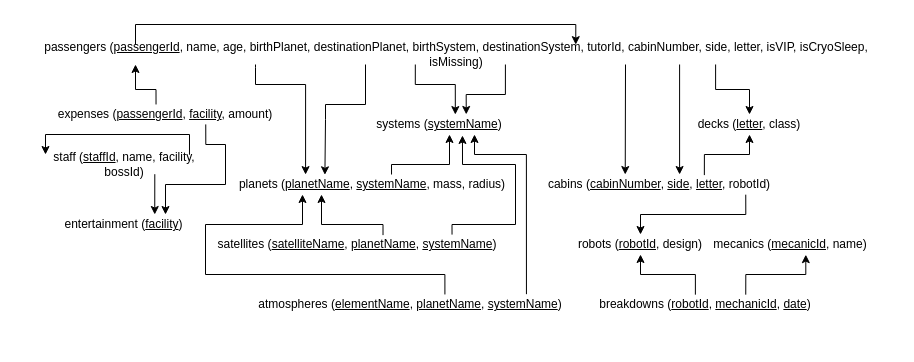
Before: docs/tables-schema.drawio in javierdesant/Titanic-DB-Rescue, a draw.io diagram. Source tidied: cells renumbered, new cells numbered last; positions are measured from the earlier drawing's top-left corner, leaving out a move shared by most shapes. Both pictures are drawn from the tidied source at 100%, with x=0, y=0 at pixel (27, 24).
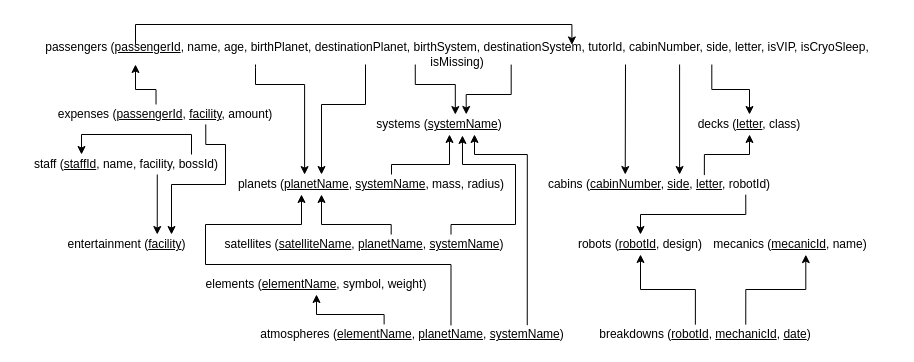
The same page after the edit.

Commit message (it also covers changes not shown here):
fix: add missing elements table in schema

Diff of the diagram source:
```diff
@@
-    <mxCell id="2" style="group;" parent="1" vertex="1">
-      <mxGeometry width="858" height="290" as="geometry" />
-    </mxCell>
-    <mxCell id="3" value="robots (&lt;u&gt;robotId&lt;/u&gt;, design)" style="text;html=1;align=center;verticalAlign=middle;whiteSpace=wrap;rounded=0;" parent="2" vertex="1">
+    <mxCell id="3" value="robots (&lt;u&gt;robotId&lt;/u&gt;, design)" style="text;html=1;align=center;verticalAlign=middle;whiteSpace=wrap;rounded=0;" parent="1" vertex="1">
       <mxGeometry x="548" y="210" width="130" height="20" as="geometry" />
     </mxCell>
-    <mxCell id="4" style="edgeStyle=orthogonalEdgeStyle;rounded=0;orthogonalLoop=1;jettySize=auto;html=1;exitX=0.755;exitY=0.998;exitDx=0;exitDy=0;entryX=0.57;entryY=0.002;entryDx=0;entryDy=0;entryPerimeter=0;exitPerimeter=0;" parent="2" edge="1">
+    <mxCell id="4" style="edgeStyle=orthogonalEdgeStyle;rounded=0;orthogonalLoop=1;jettySize=auto;html=1;exitX=0.755;exitY=0.998;exitDx=0;exitDy=0;entryX=0.57;entryY=0.002;entryDx=0;entryDy=0;entryPerimeter=0;exitPerimeter=0;" parent="1" edge="1">
       <mxGeometry relative="1" as="geometry">
         <mxPoint x="651.8" y="40" as="sourcePoint" />
         <mxPoint x="652.1" y="150" as="targetPoint" />
         <Array as="points">
           <mxPoint x="652" y="150" />
         </Array>
       </mxGeometry>
     </mxCell>
-    <mxCell id="5" style="edgeStyle=orthogonalEdgeStyle;rounded=0;jettySize=auto;html=1;exitX=0.802;exitY=0.999;exitDx=0;exitDy=0;entryX=0.5;entryY=0;entryDx=0;entryDy=0;exitPerimeter=0;" parent="2" edge="1" source="9" target="13">
+    <mxCell id="5" style="edgeStyle=orthogonalEdgeStyle;rounded=0;jettySize=auto;html=1;exitX=0.789;exitY=1.002;exitDx=0;exitDy=0;entryX=0.5;entryY=0;entryDx=0;entryDy=0;exitPerimeter=0;" parent="1" edge="1" source="9" target="13">
       <mxGeometry relative="1" as="geometry">
         <Array as="points">
-          <mxPoint x="688" y="65" />
+          <mxPoint x="684" y="65" />
           <mxPoint x="722" y="65" />
         </Array>
       </mxGeometry>
     </mxCell>
-    <mxCell id="6" style="edgeStyle=orthogonalEdgeStyle;rounded=0;jettySize=auto;html=1;entryX=0.261;entryY=0.005;entryDx=0;entryDy=0;entryPerimeter=0;" parent="2" edge="1" target="17">
+    <mxCell id="6" style="edgeStyle=orthogonalEdgeStyle;rounded=0;orthogonalLoop=1;jettySize=auto;html=1;entryX=0.261;entryY=0.005;entryDx=0;entryDy=0;entryPerimeter=0;" parent="1" edge="1">
       <mxGeometry relative="1" as="geometry">
         <mxPoint x="228" y="40" as="sourcePoint" />
+        <mxPoint x="277.1" y="150.1" as="targetPoint" />
         <Array as="points">
           <mxPoint x="228" y="43" />
           <mxPoint x="228" y="60" />
           <mxPoint x="278" y="60" />
         </Array>
       </mxGeometry>
     </mxCell>
-    <mxCell id="7" style="edgeStyle=orthogonalEdgeStyle;rounded=0;jettySize=auto;html=1;exitX=0.452;exitY=1;exitDx=0;exitDy=0;entryX=0.613;entryY=0.003;entryDx=0;entryDy=0;entryPerimeter=0;exitPerimeter=0;" parent="2" edge="1" source="9" target="14">
+    <mxCell id="7" style="edgeStyle=orthogonalEdgeStyle;rounded=0;jettySize=auto;html=1;exitX=0.452;exitY=1;exitDx=0;exitDy=0;entryX=0.613;entryY=0.003;entryDx=0;entryDy=0;entryPerimeter=0;exitPerimeter=0;" parent="1" edge="1" source="9" target="14">
       <mxGeometry relative="1" as="geometry">
         <Array as="points">
           <mxPoint x="388" y="60" />
           <mxPoint x="428" y="60" />
         </Array>
       </mxGeometry>
     </mxCell>
-    <mxCell id="8" style="edgeStyle=orthogonalEdgeStyle;rounded=0;jettySize=auto;html=1;exitX=0.557;exitY=1;exitDx=0;exitDy=0;entryX=0.691;entryY=-0.003;entryDx=0;entryDy=0;exitPerimeter=0;entryPerimeter=0;" parent="2" edge="1" source="9" target="14">
+    <mxCell id="8" style="edgeStyle=orthogonalEdgeStyle;rounded=0;jettySize=auto;html=1;exitX=0.561;exitY=1.004;exitDx=0;exitDy=0;entryX=0.691;entryY=-0.003;entryDx=0;entryDy=0;exitPerimeter=0;entryPerimeter=0;" parent="1" edge="1" source="9" target="14">
       <mxGeometry relative="1" as="geometry">
         <Array as="points">
-          <mxPoint x="478" y="70" />
+          <mxPoint x="484" y="70" />
           <mxPoint x="439" y="70" />
         </Array>
       </mxGeometry>
     </mxCell>
-    <mxCell id="9" value="passengers (&lt;u&gt;passengerId&lt;/u&gt;, name, age, birthPlanet, destinationPlanet, birthSystem, destinationSystem, tutorId, cabinNumber, side, letter, isVIP, isCryoSleep, isMissing)" style="text;html=1;align=center;verticalAlign=middle;whiteSpace=wrap;rounded=0;" parent="2" vertex="1">
-      <mxGeometry y="20" width="858" height="20" as="geometry" />
+    <mxCell id="9" value="passengers (&lt;u&gt;passengerId&lt;/u&gt;, name, age, birthPlanet, destinationPlanet, birthSystem, destinationSystem, tutorId, cabinNumber, side, letter, isVIP, isCryoSleep, isMissing)" style="text;html=1;align=center;verticalAlign=middle;whiteSpace=wrap;rounded=0;" parent="1" vertex="1">
+      <mxGeometry x="-10" y="20" width="880" height="20" as="geometry" />
     </mxCell>
-    <mxCell id="10" style="edgeStyle=orthogonalEdgeStyle;rounded=0;jettySize=auto;html=1;exitX=0.875;exitY=1.008;exitDx=0;exitDy=0;entryX=0.5;entryY=0;entryDx=0;entryDy=0;exitPerimeter=0;" parent="2" edge="1" source="11" target="3">
+    <mxCell id="10" style="edgeStyle=orthogonalEdgeStyle;rounded=0;jettySize=auto;html=1;exitX=0.875;exitY=1.008;exitDx=0;exitDy=0;entryX=0.5;entryY=0;entryDx=0;entryDy=0;exitPerimeter=0;" parent="1" edge="1" source="11" target="3">
       <mxGeometry relative="1" as="geometry" />
     </mxCell>
-    <mxCell id="11" value="cabins (&lt;u&gt;cabinNumber&lt;/u&gt;, &lt;u&gt;side&lt;/u&gt;, &lt;u&gt;letter&lt;/u&gt;, robotId)" style="text;html=1;align=center;verticalAlign=middle;whiteSpace=wrap;rounded=0;" parent="2" vertex="1">
+    <mxCell id="11" value="cabins (&lt;u&gt;cabinNumber&lt;/u&gt;, &lt;u&gt;side&lt;/u&gt;, &lt;u&gt;letter&lt;/u&gt;, robotId)" style="text;html=1;align=center;verticalAlign=middle;whiteSpace=wrap;rounded=0;" parent="1" vertex="1">
       <mxGeometry x="517" y="150" width="230" height="20" as="geometry" />
     </mxCell>
-    <mxCell id="12" style="edgeStyle=orthogonalEdgeStyle;rounded=0;jettySize=auto;html=1;exitX=0.695;exitY=0.03;exitDx=0;exitDy=0;entryX=0.5;entryY=1;entryDx=0;entryDy=0;exitPerimeter=0;" parent="2" edge="1" source="11" target="13">
+    <mxCell id="12" style="edgeStyle=orthogonalEdgeStyle;rounded=0;jettySize=auto;html=1;exitX=0.695;exitY=0.03;exitDx=0;exitDy=0;entryX=0.5;entryY=1;entryDx=0;entryDy=0;exitPerimeter=0;" parent="1" edge="1" source="11" target="13">
       <mxGeometry relative="1" as="geometry">
         <Array as="points">
           <mxPoint x="677" y="130" />
           <mxPoint x="722" y="130" />
         </Array>
       </mxGeometry>
     </mxCell>
-    <mxCell id="13" value="decks (&lt;u&gt;letter&lt;/u&gt;, class)" style="text;html=1;align=center;verticalAlign=middle;whiteSpace=wrap;rounded=0;" parent="2" vertex="1">
+    <mxCell id="13" value="decks (&lt;u&gt;letter&lt;/u&gt;, class)" style="text;html=1;align=center;verticalAlign=middle;whiteSpace=wrap;rounded=0;" parent="1" vertex="1">
       <mxGeometry x="667" y="90" width="110" height="20" as="geometry" />
     </mxCell>
-    <mxCell id="14" value="systems (&lt;u&gt;systemName&lt;/u&gt;)" style="text;html=1;align=center;verticalAlign=middle;whiteSpace=wrap;rounded=0;" parent="2" vertex="1">
+    <mxCell id="14" value="systems (&lt;u&gt;systemName&lt;/u&gt;)" style="text;html=1;align=center;verticalAlign=middle;whiteSpace=wrap;rounded=0;" parent="1" vertex="1">
       <mxGeometry x="342" y="90" width="140" height="20" as="geometry" />
     </mxCell>
-    <mxCell id="15" style="edgeStyle=orthogonalEdgeStyle;rounded=0;jettySize=auto;html=1;exitX=0.568;exitY=0;exitDx=0;exitDy=0;entryX=0.75;entryY=1;entryDx=0;entryDy=0;exitPerimeter=0;" parent="2" edge="1" source="17">
+    <mxCell id="15" style="edgeStyle=orthogonalEdgeStyle;rounded=0;orthogonalLoop=1;jettySize=auto;html=1;entryX=0.75;entryY=1;entryDx=0;entryDy=0;" parent="1" edge="1">
       <mxGeometry relative="1" as="geometry">
+        <mxPoint x="364" y="150" as="sourcePoint" />
         <mxPoint x="422" y="110" as="targetPoint" />
         <Array as="points">
           <mxPoint x="364" y="140" />
           <mxPoint x="422" y="140" />
         </Array>
       </mxGeometry>
     </mxCell>
-    <mxCell id="16" style="edgeStyle=orthogonalEdgeStyle;rounded=0;jettySize=auto;html=1;exitX=0.588;exitY=0.031;exitDx=0;exitDy=0;exitPerimeter=0;" parent="2" edge="1" source="19" target="17">
+    <mxCell id="16" style="edgeStyle=orthogonalEdgeStyle;rounded=0;orthogonalLoop=1;jettySize=auto;html=1;exitX=0.592;exitY=0;exitDx=0;exitDy=0;exitPerimeter=0;" parent="1" edge="1">
       <mxGeometry relative="1" as="geometry">
+        <mxPoint x="363.7" y="210" as="sourcePoint" />
+        <mxPoint x="294" y="170" as="targetPoint" />
         <Array as="points">
-          <mxPoint x="356" y="200" />
+          <mxPoint x="364" y="200" />
           <mxPoint x="294" y="200" />
         </Array>
       </mxGeometry>
     </mxCell>
-    <mxCell id="17" value="planets (&lt;u&gt;planetName&lt;/u&gt;, &lt;u&gt;systemName&lt;/u&gt;, mass, radius)" style="text;html=1;align=center;verticalAlign=middle;whiteSpace=wrap;rounded=0;" parent="2" vertex="1">
-      <mxGeometry x="205" y="150" width="280" height="20" as="geometry" />
-    </mxCell>
-    <mxCell id="18" style="edgeStyle=orthogonalEdgeStyle;rounded=0;jettySize=auto;html=1;exitX=0.826;exitY=0.005;exitDx=0;exitDy=0;entryX=0.664;entryY=1.048;entryDx=0;entryDy=0;exitPerimeter=0;entryPerimeter=0;" parent="2" edge="1" source="19" target="14">
+    <mxCell id="18" style="edgeStyle=orthogonalEdgeStyle;rounded=0;jettySize=auto;html=1;exitX=0.826;exitY=0.005;exitDx=0;exitDy=0;entryX=0.664;entryY=1.048;entryDx=0;entryDy=0;exitPerimeter=0;entryPerimeter=0;" parent="1" edge="1" target="14">
       <mxGeometry relative="1" as="geometry">
+        <mxPoint x="423.5" y="210.1" as="sourcePoint" />
         <Array as="points">
           <mxPoint x="424" y="200" />
           <mxPoint x="488" y="200" />
           <mxPoint x="488" y="140" />
           <mxPoint x="435" y="140" />
         </Array>
       </mxGeometry>
     </mxCell>
-    <mxCell id="19" value="satellites (&lt;u&gt;satelliteName&lt;/u&gt;, &lt;u&gt;planetName&lt;/u&gt;, &lt;u&gt;systemName&lt;/u&gt;)" style="text;html=1;align=center;verticalAlign=middle;whiteSpace=wrap;rounded=0;" parent="2" vertex="1">
-      <mxGeometry x="185" y="210" width="290" height="20" as="geometry" />
-    </mxCell>
-    <mxCell id="20" style="edgeStyle=orthogonalEdgeStyle;rounded=0;jettySize=auto;html=1;exitX=0.611;exitY=-0.002;exitDx=0;exitDy=0;entryX=0.25;entryY=1;entryDx=0;entryDy=0;exitPerimeter=0;" parent="2" edge="1" source="22" target="17">
+    <mxCell id="20" style="edgeStyle=orthogonalEdgeStyle;rounded=0;jettySize=auto;html=1;exitX=0.618;exitY=0.045;exitDx=0;exitDy=0;entryX=0.25;entryY=1;entryDx=0;entryDy=0;exitPerimeter=0;" parent="1" edge="1" source="22">
       <mxGeometry relative="1" as="geometry">
+        <mxPoint x="274" y="170" as="targetPoint" />
         <Array as="points">
-          <mxPoint x="417" y="250" />
-          <mxPoint x="178" y="250" />
+          <mxPoint x="424" y="240" />
+          <mxPoint x="178" y="240" />
           <mxPoint x="178" y="200" />
-          <mxPoint x="275" y="200" />
+          <mxPoint x="274" y="200" />
         </Array>
       </mxGeometry>
     </mxCell>
-    <mxCell id="21" style="edgeStyle=orthogonalEdgeStyle;rounded=0;jettySize=auto;html=1;exitX=0.874;exitY=-0.017;exitDx=0;exitDy=0;entryX=0.75;entryY=1;entryDx=0;entryDy=0;exitPerimeter=0;" parent="2" edge="1" source="22" target="14">
+    <mxCell id="21" style="edgeStyle=orthogonalEdgeStyle;rounded=0;jettySize=auto;html=1;exitX=0.852;exitY=0.036;exitDx=0;exitDy=0;entryX=0.75;entryY=1;entryDx=0;entryDy=0;exitPerimeter=0;" parent="1" edge="1" source="22" target="14">
       <mxGeometry relative="1" as="geometry">
         <Array as="points">
-          <mxPoint x="499" y="130" />
+          <mxPoint x="500" y="130" />
           <mxPoint x="447" y="130" />
         </Array>
       </mxGeometry>
     </mxCell>
-    <mxCell id="22" value="atmospheres (&lt;u&gt;elementName&lt;/u&gt;, &lt;u&gt;planetName&lt;/u&gt;, &lt;u&gt;systemName&lt;/u&gt;)" style="text;html=1;align=center;verticalAlign=middle;whiteSpace=wrap;rounded=0;" parent="2" vertex="1">
-      <mxGeometry x="228" y="270" width="310" height="20" as="geometry" />
+    <mxCell id="22" value="atmospheres (&lt;u&gt;elementName&lt;/u&gt;, &lt;u&gt;planetName&lt;/u&gt;, &lt;u&gt;systemName&lt;/u&gt;)" style="text;html=1;align=center;verticalAlign=middle;whiteSpace=wrap;rounded=0;" parent="1" vertex="1">
+      <mxGeometry x="222" y="300" width="326" height="20" as="geometry" />
     </mxCell>
-    <mxCell id="23" value="mecanics (&lt;u&gt;mecanicId&lt;/u&gt;, name)" style="text;html=1;align=center;verticalAlign=middle;whiteSpace=wrap;rounded=0;" parent="2" vertex="1">
+    <mxCell id="23" value="mecanics (&lt;u&gt;mecanicId&lt;/u&gt;, name)" style="text;html=1;align=center;verticalAlign=middle;whiteSpace=wrap;rounded=0;" parent="1" vertex="1">
       <mxGeometry x="678" y="210" width="170" height="20" as="geometry" />
     </mxCell>
-    <mxCell id="24" style="edgeStyle=orthogonalEdgeStyle;rounded=0;jettySize=auto;html=1;exitX=0.454;exitY=0.008;exitDx=0;exitDy=0;entryX=0.5;entryY=1;entryDx=0;entryDy=0;exitPerimeter=0;" parent="2" edge="1" source="26" target="3">
+    <mxCell id="24" style="edgeStyle=orthogonalEdgeStyle;rounded=0;jettySize=auto;html=1;exitX=0.454;exitY=0.008;exitDx=0;exitDy=0;entryX=0.5;entryY=1;entryDx=0;entryDy=0;exitPerimeter=0;" parent="1" edge="1" source="26" target="3">
       <mxGeometry relative="1" as="geometry" />
     </mxCell>
-    <mxCell id="25" style="edgeStyle=orthogonalEdgeStyle;rounded=0;jettySize=auto;html=1;exitX=0.683;exitY=0.008;exitDx=0;exitDy=0;entryX=0.59;entryY=1.008;entryDx=0;entryDy=0;entryPerimeter=0;exitPerimeter=0;" parent="2" edge="1" source="26" target="23">
+    <mxCell id="25" style="edgeStyle=orthogonalEdgeStyle;rounded=0;jettySize=auto;html=1;exitX=0.683;exitY=0.008;exitDx=0;exitDy=0;entryX=0.59;entryY=1.008;entryDx=0;entryDy=0;entryPerimeter=0;exitPerimeter=0;" parent="1" edge="1" source="26" target="23">
       <mxGeometry relative="1" as="geometry" />
     </mxCell>
-    <mxCell id="26" value="breakdowns (&lt;u&gt;robotId&lt;/u&gt;, &lt;u&gt;mechanicId&lt;/u&gt;, &lt;u&gt;date&lt;/u&gt;)" style="text;html=1;align=center;verticalAlign=middle;whiteSpace=wrap;rounded=0;" parent="2" vertex="1">
-      <mxGeometry x="568" y="270" width="220" height="20" as="geometry" />
+    <mxCell id="26" value="breakdowns (&lt;u&gt;robotId&lt;/u&gt;, &lt;u&gt;mechanicId&lt;/u&gt;, &lt;u&gt;date&lt;/u&gt;)" style="text;html=1;align=center;verticalAlign=middle;whiteSpace=wrap;rounded=0;" parent="1" vertex="1">
+      <mxGeometry x="568" y="300" width="220" height="20" as="geometry" />
     </mxCell>
-    <mxCell id="27" style="edgeStyle=orthogonalEdgeStyle;rounded=0;jettySize=auto;html=1;entryX=0.351;entryY=0.001;entryDx=0;entryDy=0;entryPerimeter=0;" parent="2" edge="1" target="11">
+    <mxCell id="27" style="edgeStyle=orthogonalEdgeStyle;rounded=0;jettySize=auto;html=1;entryX=0.351;entryY=0.001;entryDx=0;entryDy=0;entryPerimeter=0;" parent="1" edge="1" target="11">
       <mxGeometry relative="1" as="geometry">
         <mxPoint x="598" y="40" as="sourcePoint" />
         <Array as="points">
           <mxPoint x="598" y="40" />
         </Array>
       </mxGeometry>
     </mxCell>
-    <mxCell id="28" style="edgeStyle=orthogonalEdgeStyle;rounded=0;jettySize=auto;html=1;exitX=0.67;exitY=0.985;exitDx=0;exitDy=0;entryX=0.75;entryY=0;entryDx=0;entryDy=0;exitPerimeter=0;fillColor=#f8cecc;strokeColor=#000000;" parent="2" edge="1" source="29" target="30">
-      <mxGeometry relative="1" as="geometry">
-        <Array as="points">
-          <mxPoint x="128" y="190" />
-        </Array>
-      </mxGeometry>
+    <mxCell id="28" style="edgeStyle=orthogonalEdgeStyle;rounded=0;jettySize=auto;html=1;exitX=0.662;exitY=1;exitDx=0;exitDy=0;entryX=0.75;entryY=0;entryDx=0;entryDy=0;exitPerimeter=0;fillColor=#f8cecc;strokeColor=#000000;" parent="1" edge="1" source="29" target="30">
+      <mxGeometry relative="1" as="geometry" />
     </mxCell>
-    <mxCell id="29" value="staff (&lt;u&gt;staffId&lt;/u&gt;, name, facility, bossId)" style="text;html=1;align=center;verticalAlign=middle;whiteSpace=wrap;rounded=0;" parent="2" vertex="1">
-      <mxGeometry x="6" y="130" width="182" height="20" as="geometry" />
-    </mxCell>
-    <mxCell id="30" value="entertainment (&lt;u&gt;facility&lt;/u&gt;)" style="text;html=1;align=center;verticalAlign=middle;whiteSpace=wrap;rounded=0;" parent="2" vertex="1">
-      <mxGeometry x="35" y="190" width="123" height="20" as="geometry" />
+    <mxCell id="30" value="entertainment (&lt;u&gt;facility&lt;/u&gt;)" style="text;html=1;align=center;verticalAlign=middle;whiteSpace=wrap;rounded=0;" parent="1" vertex="1">
+      <mxGeometry x="37.5" y="210" width="123" height="20" as="geometry" />
     </mxCell>
-    <mxCell id="31" style="edgeStyle=orthogonalEdgeStyle;rounded=0;jettySize=auto;html=1;exitX=0.683;exitY=0.996;exitDx=0;exitDy=0;exitPerimeter=0;" parent="2" edge="1" source="32">
+    <mxCell id="31" style="edgeStyle=orthogonalEdgeStyle;rounded=0;jettySize=auto;html=1;exitX=0.683;exitY=0.996;exitDx=0;exitDy=0;exitPerimeter=0;" parent="1" edge="1" source="32">
       <mxGeometry relative="1" as="geometry">
-        <mxPoint x="138" y="190" as="targetPoint" />
+        <mxPoint x="144" y="210" as="targetPoint" />
         <Array as="points">
           <mxPoint x="178" y="120" />
           <mxPoint x="198" y="120" />
           <mxPoint x="198" y="160" />
-          <mxPoint x="138" y="160" />
+          <mxPoint x="144" y="160" />
+          <mxPoint x="144" y="210" />
         </Array>
       </mxGeometry>
     </mxCell>
-    <mxCell id="32" value="expenses (&lt;u&gt;passengerId&lt;/u&gt;, &lt;u&gt;facility&lt;/u&gt;, amount)" style="text;html=1;align=center;verticalAlign=middle;whiteSpace=wrap;rounded=0;" parent="2" vertex="1">
+    <mxCell id="32" value="expenses (&lt;u&gt;passengerId&lt;/u&gt;, &lt;u&gt;facility&lt;/u&gt;, amount)" style="text;html=1;align=center;verticalAlign=middle;whiteSpace=wrap;rounded=0;" parent="1" vertex="1">
       <mxGeometry x="28" y="80" width="220" height="20" as="geometry" />
     </mxCell>
-    <mxCell id="33" style="edgeStyle=orthogonalEdgeStyle;rounded=0;jettySize=auto;html=1;exitX=0.457;exitY=-0.002;exitDx=0;exitDy=0;exitPerimeter=0;" parent="2" edge="1" source="32">
+    <mxCell id="33" style="edgeStyle=orthogonalEdgeStyle;rounded=0;jettySize=auto;html=1;exitX=0.457;exitY=-0.002;exitDx=0;exitDy=0;exitPerimeter=0;" parent="1" edge="1" source="32">
       <mxGeometry relative="1" as="geometry">
         <mxPoint x="108" y="40" as="targetPoint" />
         <Array as="points">
           <mxPoint x="129" y="65" />
           <mxPoint x="108" y="65" />
           <mxPoint x="108" y="41" />
         </Array>
       </mxGeometry>
     </mxCell>
-    <mxCell id="34" style="edgeStyle=orthogonalEdgeStyle;rounded=0;jettySize=auto;html=1;exitX=0.857;exitY=0.011;exitDx=0;exitDy=0;exitPerimeter=0;" parent="2" edge="1" source="29">
+    <mxCell id="34" style="edgeStyle=orthogonalEdgeStyle;rounded=0;orthogonalLoop=1;jettySize=auto;html=1;" parent="1" edge="1">
       <mxGeometry relative="1" as="geometry">
-        <mxPoint x="18" y="130" as="targetPoint" />
+        <mxPoint x="164" y="130" as="sourcePoint" />
+        <mxPoint x="54" y="130" as="targetPoint" />
         <Array as="points">
-          <mxPoint x="162" y="110" />
-          <mxPoint x="18" y="110" />
+          <mxPoint x="164" y="110" />
+          <mxPoint x="54" y="110" />
+          <mxPoint x="54" y="130" />
         </Array>
       </mxGeometry>
     </mxCell>
-    <mxCell id="35" style="edgeStyle=orthogonalEdgeStyle;rounded=0;jettySize=auto;html=1;entryX=0.33;entryY=0.016;entryDx=0;entryDy=0;entryPerimeter=0;" parent="2" edge="1" target="17">
+    <mxCell id="35" style="edgeStyle=orthogonalEdgeStyle;rounded=0;orthogonalLoop=1;jettySize=auto;html=1;" parent="1" edge="1">
       <mxGeometry relative="1" as="geometry">
         <mxPoint x="338" y="40" as="sourcePoint" />
+        <mxPoint x="294" y="150" as="targetPoint" />
         <Array as="points">
           <mxPoint x="338" y="80" />
-          <mxPoint x="298" y="80" />
-          <mxPoint x="298" y="95" />
-          <mxPoint x="297" y="95" />
+          <mxPoint x="294" y="80" />
+          <mxPoint x="294" y="150" />
         </Array>
       </mxGeometry>
     </mxCell>
-    <mxCell id="36" style="edgeStyle=orthogonalEdgeStyle;rounded=0;jettySize=auto;html=1;entryX=0.639;entryY=0.006;entryDx=0;entryDy=0;entryPerimeter=0;" parent="2" edge="1" target="9">
+    <mxCell id="36" style="edgeStyle=orthogonalEdgeStyle;rounded=0;jettySize=auto;html=1;entryX=0.63;entryY=0.022;entryDx=0;entryDy=0;entryPerimeter=0;" parent="1" edge="1" target="9">
       <mxGeometry relative="1" as="geometry">
         <mxPoint x="108" y="20" as="sourcePoint" />
         <Array as="points">
           <mxPoint x="108" />
-          <mxPoint x="548" />
-          <mxPoint x="548" y="20" />
+          <mxPoint x="544" />
+          <mxPoint x="544" y="20" />
         </Array>
       </mxGeometry>
     </mxCell>
+    <mxCell id="29" value="staff (&lt;u&gt;staffId&lt;/u&gt;, name, facility, bossId)" style="text;html=1;align=center;verticalAlign=middle;whiteSpace=wrap;rounded=0;" parent="1" vertex="1">
+      <mxGeometry x="4" y="130" width="190" height="20" as="geometry" />
+    </mxCell>
+    <mxCell id="17" value="planets (&lt;u&gt;planetName&lt;/u&gt;, &lt;u&gt;systemName&lt;/u&gt;, mass, radius)" style="text;html=1;align=center;verticalAlign=middle;whiteSpace=wrap;rounded=0;" parent="1" vertex="1">
+      <mxGeometry x="204" y="150" width="280" height="20" as="geometry" />
+    </mxCell>
+    <mxCell id="19" value="satellites (&lt;u&gt;satelliteName&lt;/u&gt;, &lt;u&gt;planetName&lt;/u&gt;, &lt;u&gt;systemName&lt;/u&gt;)" style="text;html=1;align=center;verticalAlign=middle;whiteSpace=wrap;rounded=0;" parent="1" vertex="1">
+      <mxGeometry x="192" y="210" width="290" height="20" as="geometry" />
+    </mxCell>
+    <mxCell id="37" value="elements (&lt;u&gt;elementName&lt;/u&gt;, symbol, weight)" style="text;html=1;align=center;verticalAlign=middle;whiteSpace=wrap;rounded=0;" parent="1" vertex="1">
+      <mxGeometry x="174" y="250" width="230" height="20" as="geometry" />
+    </mxCell>
+    <mxCell id="38" style="edgeStyle=orthogonalEdgeStyle;rounded=0;jettySize=auto;html=1;exitX=0.413;exitY=-0.004;exitDx=0;exitDy=0;entryX=0.5;entryY=1;entryDx=0;entryDy=0;exitPerimeter=0;" parent="1" edge="1" source="22" target="37">
+      <mxGeometry relative="1" as="geometry">
+        <Array as="points">
+          <mxPoint x="357" y="290" />
+          <mxPoint x="289" y="290" />
+        </Array>
+      </mxGeometry>
+    </mxCell>
```
